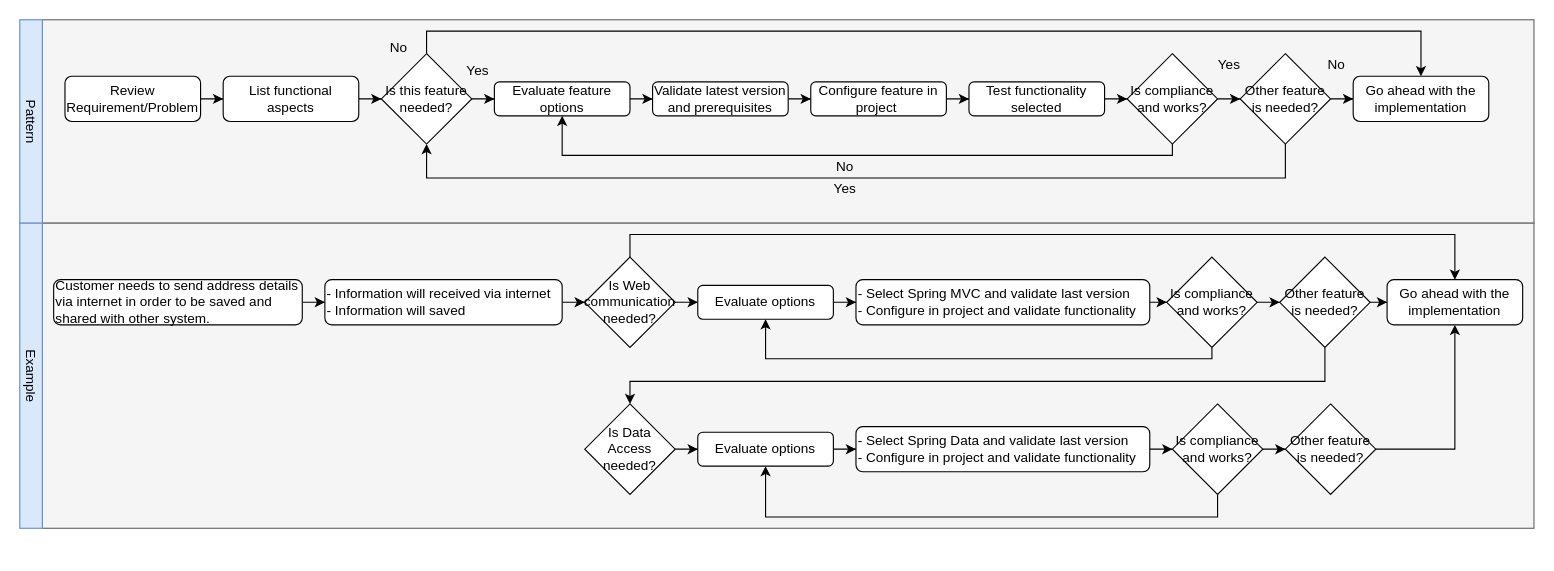
The draw.io diagram page "technology-selection" (4 of 4) of docs/diagrams/ideation.drawio in edgarUser/ideation, before the edit. Source tidied: cells renumbered, new cells numbered last; positions are measured from the earlier drawing's top-left corner, leaving out a move shared by most shapes. Both pictures are drawn from the tidied source at 113%, with x=0, y=0 at pixel (-3, 19).
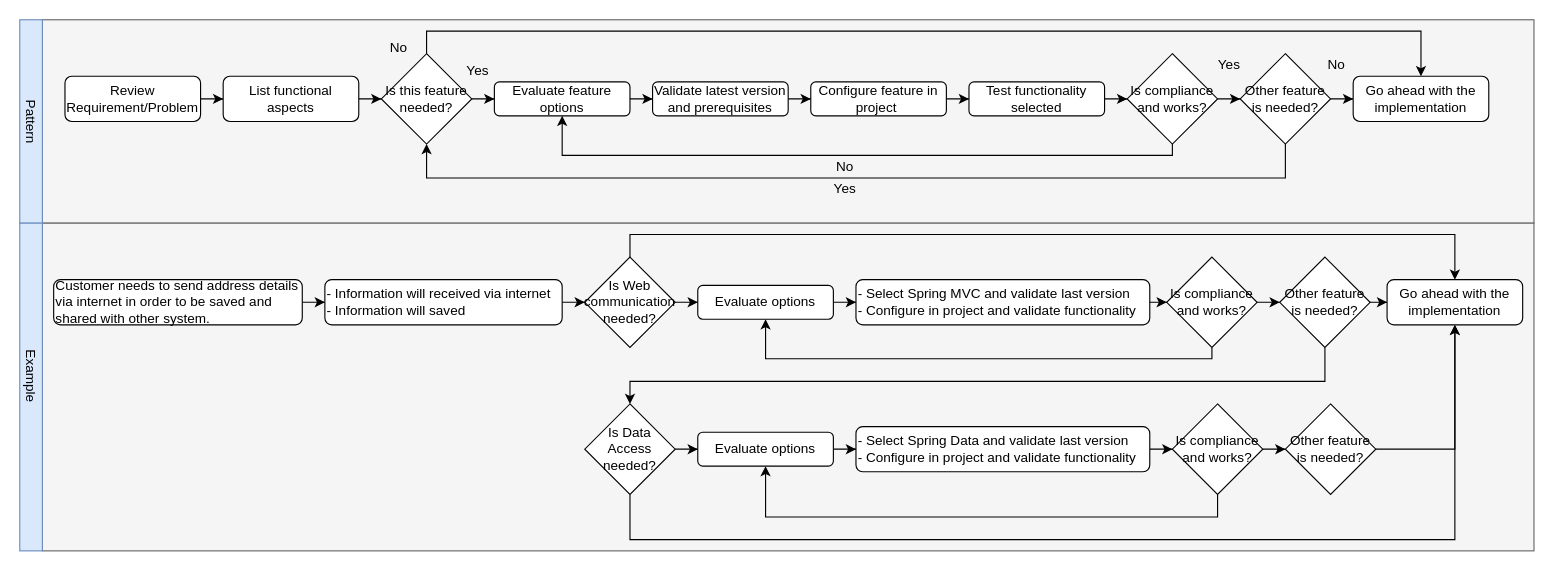
The same diagram, later.

The change refers to these unchanged cells:
```xml
<mxCell id="35" value="Is Data Access needed?" style="rhombus;whiteSpace=wrap;html=1;" parent="1" vertex="1">
  <mxGeometry x="520" y="340" width="80" height="80" as="geometry" />
</mxCell>
<mxCell id="51" value="Go ahead with the implementation" style="rounded=1;whiteSpace=wrap;html=1;" parent="1" vertex="1">
  <mxGeometry x="1230" y="230" width="120" height="40" as="geometry" />
</mxCell>
```

What changed in the source:
```diff
@@
     <mxCell id="3" style="rounded=0;whiteSpace=wrap;html=1;fillColor=#f5f5f5;strokeColor=#666666;fontColor=#333333;" parent="1" vertex="1">
-      <mxGeometry x="40" y="180" width="1320" height="270" as="geometry" />
+      <mxGeometry x="40" y="180" width="1320" height="290" as="geometry" />
     </mxCell>
@@
+    <mxCell id="65" style="edgeStyle=orthogonalEdgeStyle;rounded=0;jettySize=auto;html=1;entryX=0.5;entryY=1;entryDx=0;entryDy=0;" parent="1" edge="1" source="35" target="51">
+      <mxGeometry relative="1" as="geometry">
+        <Array as="points">
+          <mxPoint x="560" y="460" />
+          <mxPoint x="1290" y="460" />
+        </Array>
+      </mxGeometry>
+    </mxCell>
@@
     <mxCell id="62" style="rounded=0;whiteSpace=wrap;html=1;fillColor=#dae8fc;strokeColor=#6c8ebf;" parent="1" vertex="1">
-      <mxGeometry x="20" y="180" width="20" height="270" as="geometry" />
+      <mxGeometry x="20" y="180" width="20" height="290" as="geometry" />
     </mxCell>
```
